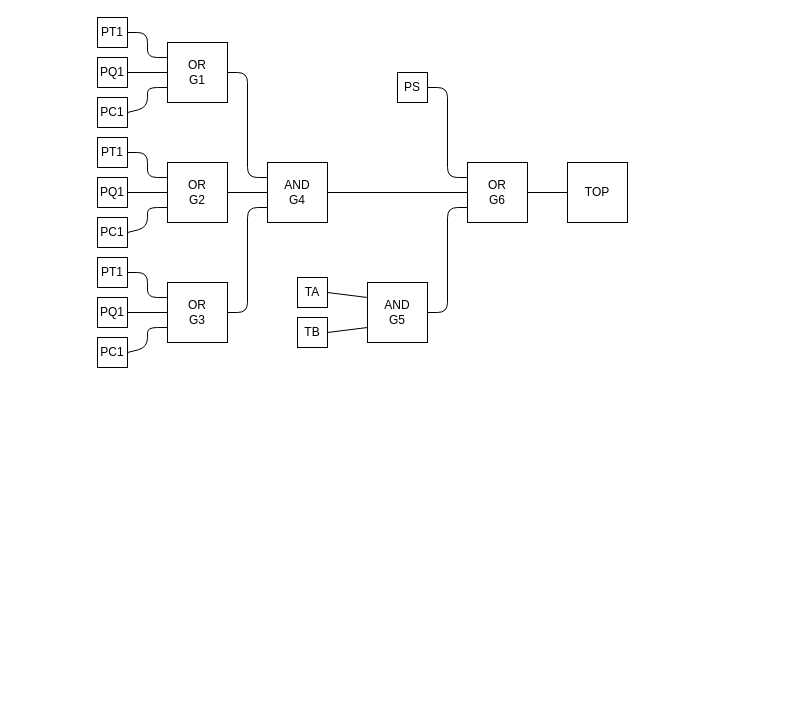
The draw.io diagram drawio/arbol.drawio in vacagonzalo/mse-isc-tp2, before the edit. Source tidied: cells renumbered, new cells numbered last; positions are measured from the earlier drawing's top-left corner, leaving out a move shared by most shapes. Both pictures are drawn from the tidied source at 100%, with x=0, y=0 at pixel (97, 17).
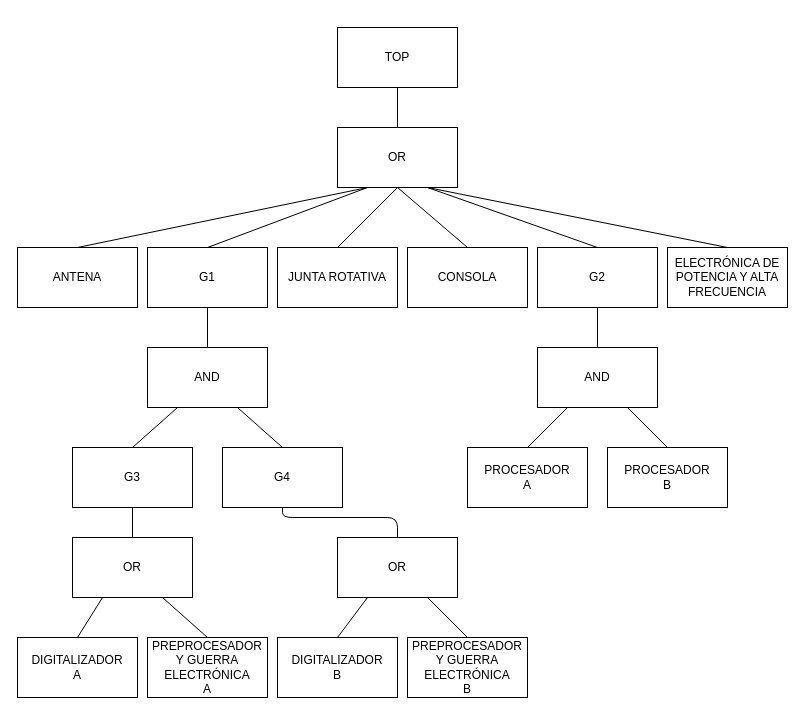
After the change.

What changed in the source:
```diff
@@
-    <mxCell id="2" style="edgeStyle=none;html=1;exitX=1;exitY=0.5;exitDx=0;exitDy=0;entryX=0;entryY=0.5;entryDx=0;entryDy=0;endArrow=none;endFill=0;" parent="1" edge="1" source="3" target="37">
-      <mxGeometry relative="1" as="geometry" />
-    </mxCell>
-    <mxCell id="3" value="AND&lt;br&gt;G4" style="rounded=0;whiteSpace=wrap;html=1;" parent="1" vertex="1">
-      <mxGeometry x="170" y="145" width="60" height="60" as="geometry" />
-    </mxCell>
-    <mxCell id="4" style="edgeStyle=none;html=1;exitX=1;exitY=0.5;exitDx=0;exitDy=0;entryX=0;entryY=0.25;entryDx=0;entryDy=0;endArrow=none;endFill=0;" parent="1" edge="1" source="5" target="3">
-      <mxGeometry relative="1" as="geometry">
-        <Array as="points">
-          <mxPoint x="150" y="55" />
-          <mxPoint x="150" y="160" />
-        </Array>
-      </mxGeometry>
-    </mxCell>
-    <mxCell id="5" value="OR&lt;br&gt;G1" style="rounded=0;whiteSpace=wrap;html=1;" parent="1" vertex="1">
-      <mxGeometry x="70" y="25" width="60" height="60" as="geometry" />
-    </mxCell>
-    <mxCell id="6" style="edgeStyle=none;html=1;exitX=1;exitY=0.5;exitDx=0;exitDy=0;entryX=0;entryY=0.25;entryDx=0;entryDy=0;endArrow=none;endFill=0;" parent="1" edge="1" source="7" target="5">
-      <mxGeometry relative="1" as="geometry">
-        <Array as="points">
-          <mxPoint x="50" y="15" />
-          <mxPoint x="50" y="40" />
-        </Array>
-      </mxGeometry>
-    </mxCell>
-    <mxCell id="7" value="PT1" style="rounded=0;whiteSpace=wrap;html=1;" parent="1" vertex="1">
-      <mxGeometry width="30" height="30" as="geometry" />
-    </mxCell>
-    <mxCell id="8" style="edgeStyle=none;html=1;exitX=1;exitY=0.5;exitDx=0;exitDy=0;entryX=0;entryY=0.5;entryDx=0;entryDy=0;endArrow=none;endFill=0;" parent="1" edge="1" source="9" target="5">
-      <mxGeometry relative="1" as="geometry" />
-    </mxCell>
-    <mxCell id="9" value="PQ1" style="rounded=0;whiteSpace=wrap;html=1;" parent="1" vertex="1">
-      <mxGeometry y="40" width="30" height="30" as="geometry" />
-    </mxCell>
-    <mxCell id="10" style="edgeStyle=none;html=1;exitX=1;exitY=0.5;exitDx=0;exitDy=0;entryX=0;entryY=0.75;entryDx=0;entryDy=0;endArrow=none;endFill=0;" parent="1" edge="1" source="11" target="5">
-      <mxGeometry relative="1" as="geometry">
-        <Array as="points">
-          <mxPoint x="50" y="90" />
-          <mxPoint x="50" y="70" />
-        </Array>
-      </mxGeometry>
-    </mxCell>
-    <mxCell id="11" value="PC1" style="rounded=0;whiteSpace=wrap;html=1;" parent="1" vertex="1">
-      <mxGeometry y="80" width="30" height="30" as="geometry" />
-    </mxCell>
-    <mxCell id="12" style="edgeStyle=none;html=1;exitX=1;exitY=0.5;exitDx=0;exitDy=0;entryX=0;entryY=0.5;entryDx=0;entryDy=0;endArrow=none;endFill=0;" parent="1" edge="1" source="13" target="3">
-      <mxGeometry relative="1" as="geometry" />
-    </mxCell>
-    <mxCell id="13" value="OR&lt;br&gt;G2" style="rounded=0;whiteSpace=wrap;html=1;" parent="1" vertex="1">
-      <mxGeometry x="70" y="145" width="60" height="60" as="geometry" />
-    </mxCell>
-    <mxCell id="14" style="edgeStyle=none;html=1;exitX=1;exitY=0.5;exitDx=0;exitDy=0;entryX=0;entryY=0.25;entryDx=0;entryDy=0;endArrow=none;endFill=0;" parent="1" edge="1" source="15" target="13">
-      <mxGeometry relative="1" as="geometry">
-        <Array as="points">
-          <mxPoint x="50" y="135" />
-          <mxPoint x="50" y="160" />
-        </Array>
-      </mxGeometry>
-    </mxCell>
-    <mxCell id="15" value="PT1" style="rounded=0;whiteSpace=wrap;html=1;" parent="1" vertex="1">
-      <mxGeometry y="120" width="30" height="30" as="geometry" />
-    </mxCell>
-    <mxCell id="16" style="edgeStyle=none;html=1;exitX=1;exitY=0.5;exitDx=0;exitDy=0;entryX=0;entryY=0.5;entryDx=0;entryDy=0;endArrow=none;endFill=0;" parent="1" edge="1" source="17" target="13">
-      <mxGeometry relative="1" as="geometry" />
-    </mxCell>
-    <mxCell id="17" value="PQ1" style="rounded=0;whiteSpace=wrap;html=1;" parent="1" vertex="1">
-      <mxGeometry y="160" width="30" height="30" as="geometry" />
-    </mxCell>
-    <mxCell id="18" style="edgeStyle=none;html=1;exitX=1;exitY=0.5;exitDx=0;exitDy=0;entryX=0;entryY=0.75;entryDx=0;entryDy=0;endArrow=none;endFill=0;" parent="1" edge="1" source="19" target="13">
-      <mxGeometry relative="1" as="geometry">
-        <Array as="points">
-          <mxPoint x="50" y="210" />
-          <mxPoint x="50" y="190" />
-        </Array>
-      </mxGeometry>
-    </mxCell>
-    <mxCell id="19" value="PC1" style="rounded=0;whiteSpace=wrap;html=1;" parent="1" vertex="1">
-      <mxGeometry y="200" width="30" height="30" as="geometry" />
-    </mxCell>
-    <mxCell id="20" style="edgeStyle=none;html=1;exitX=1;exitY=0.5;exitDx=0;exitDy=0;entryX=0;entryY=0.75;entryDx=0;entryDy=0;endArrow=none;endFill=0;" parent="1" edge="1" source="21" target="3">
-      <mxGeometry relative="1" as="geometry">
-        <Array as="points">
-          <mxPoint x="150" y="295" />
-          <mxPoint x="150" y="190" />
-        </Array>
-      </mxGeometry>
-    </mxCell>
-    <mxCell id="21" value="OR&lt;br&gt;G3" style="rounded=0;whiteSpace=wrap;html=1;" parent="1" vertex="1">
-      <mxGeometry x="70" y="265" width="60" height="60" as="geometry" />
-    </mxCell>
-    <mxCell id="22" style="edgeStyle=none;html=1;exitX=1;exitY=0.5;exitDx=0;exitDy=0;entryX=0;entryY=0.25;entryDx=0;entryDy=0;endArrow=none;endFill=0;" parent="1" edge="1" source="23" target="21">
-      <mxGeometry relative="1" as="geometry">
-        <Array as="points">
-          <mxPoint x="50" y="255" />
-          <mxPoint x="50" y="280" />
-        </Array>
-      </mxGeometry>
-    </mxCell>
-    <mxCell id="23" value="PT1" style="rounded=0;whiteSpace=wrap;html=1;" parent="1" vertex="1">
-      <mxGeometry y="240" width="30" height="30" as="geometry" />
-    </mxCell>
-    <mxCell id="24" style="edgeStyle=none;html=1;exitX=1;exitY=0.5;exitDx=0;exitDy=0;entryX=0;entryY=0.5;entryDx=0;entryDy=0;endArrow=none;endFill=0;" parent="1" edge="1" source="25" target="21">
-      <mxGeometry relative="1" as="geometry" />
-    </mxCell>
-    <mxCell id="25" value="PQ1" style="rounded=0;whiteSpace=wrap;html=1;" parent="1" vertex="1">
-      <mxGeometry y="280" width="30" height="30" as="geometry" />
-    </mxCell>
-    <mxCell id="26" style="edgeStyle=none;html=1;exitX=1;exitY=0.5;exitDx=0;exitDy=0;entryX=0;entryY=0.75;entryDx=0;entryDy=0;endArrow=none;endFill=0;" parent="1" edge="1" source="27" target="21">
-      <mxGeometry relative="1" as="geometry">
-        <Array as="points">
-          <mxPoint x="50" y="330" />
-          <mxPoint x="50" y="310" />
-        </Array>
-      </mxGeometry>
-    </mxCell>
-    <mxCell id="27" value="PC1" style="rounded=0;whiteSpace=wrap;html=1;" parent="1" vertex="1">
-      <mxGeometry y="320" width="30" height="30" as="geometry" />
-    </mxCell>
-    <mxCell id="28" style="edgeStyle=none;html=1;exitX=1;exitY=0.5;exitDx=0;exitDy=0;entryX=0;entryY=0.25;entryDx=0;entryDy=0;endArrow=none;endFill=0;" parent="1" edge="1" source="29" target="37">
-      <mxGeometry relative="1" as="geometry">
-        <Array as="points">
-          <mxPoint x="350" y="70" />
-          <mxPoint x="350" y="160" />
-        </Array>
-      </mxGeometry>
-    </mxCell>
-    <mxCell id="29" value="PS" style="rounded=0;whiteSpace=wrap;html=1;" parent="1" vertex="1">
-      <mxGeometry x="300" y="55" width="30" height="30" as="geometry" />
-    </mxCell>
-    <mxCell id="30" style="edgeStyle=none;html=1;exitX=1;exitY=0.5;exitDx=0;exitDy=0;entryX=0;entryY=0.75;entryDx=0;entryDy=0;endArrow=none;endFill=0;" parent="1" edge="1" source="31" target="37">
-      <mxGeometry relative="1" as="geometry">
-        <Array as="points">
-          <mxPoint x="350" y="295" />
-          <mxPoint x="350" y="190" />
-        </Array>
-      </mxGeometry>
-    </mxCell>
-    <mxCell id="31" value="AND&lt;br&gt;G5" style="rounded=0;whiteSpace=wrap;html=1;" parent="1" vertex="1">
-      <mxGeometry x="270" y="265" width="60" height="60" as="geometry" />
-    </mxCell>
-    <mxCell id="32" style="edgeStyle=none;html=1;exitX=1;exitY=0.5;exitDx=0;exitDy=0;entryX=0;entryY=0.75;entryDx=0;entryDy=0;endArrow=none;endFill=0;" parent="1" edge="1" source="33" target="31">
-      <mxGeometry relative="1" as="geometry" />
-    </mxCell>
-    <mxCell id="33" value="TB" style="rounded=0;whiteSpace=wrap;html=1;" parent="1" vertex="1">
-      <mxGeometry x="200" y="300" width="30" height="30" as="geometry" />
-    </mxCell>
-    <mxCell id="34" style="edgeStyle=none;html=1;exitX=1;exitY=0.5;exitDx=0;exitDy=0;entryX=0;entryY=0.25;entryDx=0;entryDy=0;endArrow=none;endFill=0;" parent="1" edge="1" source="35" target="31">
-      <mxGeometry relative="1" as="geometry" />
-    </mxCell>
-    <mxCell id="35" value="TA" style="rounded=0;whiteSpace=wrap;html=1;" parent="1" vertex="1">
-      <mxGeometry x="200" y="260" width="30" height="30" as="geometry" />
-    </mxCell>
-    <mxCell id="36" style="edgeStyle=none;html=1;exitX=1;exitY=0.5;exitDx=0;exitDy=0;endArrow=none;endFill=0;" parent="1" edge="1" source="37" target="38">
-      <mxGeometry relative="1" as="geometry" />
+    <mxCell id="36" value="TOP" style="rounded=0;whiteSpace=wrap;html=1;" parent="1" vertex="1">
+      <mxGeometry x="240" y="10" width="120" height="60" as="geometry" />
     </mxCell>
-    <mxCell id="37" value="OR&lt;br&gt;G6" style="rounded=0;whiteSpace=wrap;html=1;" parent="1" vertex="1">
-      <mxGeometry x="370" y="145" width="60" height="60" as="geometry" />
-    </mxCell>
-    <mxCell id="38" value="TOP" style="rounded=0;whiteSpace=wrap;html=1;" parent="1" vertex="1">
-      <mxGeometry x="470" y="145" width="60" height="60" as="geometry" />
-    </mxCell>
+    <mxCell id="39" style="edgeStyle=none;html=1;exitX=0.5;exitY=0;exitDx=0;exitDy=0;entryX=0.5;entryY=1;entryDx=0;entryDy=0;endArrow=none;endFill=0;" parent="1" edge="1" source="40" target="36">
+      <mxGeometry relative="1" as="geometry" />
+    </mxCell>
+    <mxCell id="40" value="OR" style="rounded=0;whiteSpace=wrap;html=1;" parent="1" vertex="1">
+      <mxGeometry x="240" y="110" width="120" height="60" as="geometry" />
+    </mxCell>
+    <mxCell id="41" style="edgeStyle=none;html=1;exitX=0.5;exitY=0;exitDx=0;exitDy=0;entryX=0.25;entryY=1;entryDx=0;entryDy=0;endArrow=none;endFill=0;" parent="1" edge="1" source="42" target="40">
+      <mxGeometry relative="1" as="geometry" />
+    </mxCell>
+    <mxCell id="42" value="ANTENA" style="rounded=0;whiteSpace=wrap;html=1;" parent="1" vertex="1">
+      <mxGeometry x="-80" y="230" width="120" height="60" as="geometry" />
+    </mxCell>
+    <mxCell id="43" style="edgeStyle=none;html=1;exitX=0.5;exitY=0;exitDx=0;exitDy=0;endArrow=none;endFill=0;entryX=0.25;entryY=1;entryDx=0;entryDy=0;" parent="1" edge="1" source="44" target="40">
+      <mxGeometry relative="1" as="geometry" />
+    </mxCell>
+    <mxCell id="44" value="G1" style="rounded=0;whiteSpace=wrap;html=1;" parent="1" vertex="1">
+      <mxGeometry x="50" y="230" width="120" height="60" as="geometry" />
+    </mxCell>
+    <mxCell id="45" style="edgeStyle=none;html=1;exitX=0.5;exitY=0;exitDx=0;exitDy=0;entryX=0.5;entryY=1;entryDx=0;entryDy=0;endArrow=none;endFill=0;" parent="1" edge="1" source="46" target="40">
+      <mxGeometry relative="1" as="geometry" />
+    </mxCell>
+    <mxCell id="46" value="JUNTA ROTATIVA" style="rounded=0;whiteSpace=wrap;html=1;" parent="1" vertex="1">
+      <mxGeometry x="180" y="230" width="120" height="60" as="geometry" />
+    </mxCell>
+    <mxCell id="47" style="edgeStyle=none;html=1;exitX=0.5;exitY=0;exitDx=0;exitDy=0;entryX=0.5;entryY=1;entryDx=0;entryDy=0;endArrow=none;endFill=0;" parent="1" edge="1" source="48" target="40">
+      <mxGeometry relative="1" as="geometry" />
+    </mxCell>
+    <mxCell id="48" value="CONSOLA" style="rounded=0;whiteSpace=wrap;html=1;" parent="1" vertex="1">
+      <mxGeometry x="310" y="230" width="120" height="60" as="geometry" />
+    </mxCell>
+    <mxCell id="49" style="edgeStyle=none;html=1;exitX=0.5;exitY=0;exitDx=0;exitDy=0;entryX=0.75;entryY=1;entryDx=0;entryDy=0;endArrow=none;endFill=0;" parent="1" edge="1" source="50" target="40">
+      <mxGeometry relative="1" as="geometry" />
+    </mxCell>
+    <mxCell id="50" value="G2" style="rounded=0;whiteSpace=wrap;html=1;" parent="1" vertex="1">
+      <mxGeometry x="440" y="230" width="120" height="60" as="geometry" />
+    </mxCell>
+    <mxCell id="51" style="edgeStyle=none;html=1;exitX=0.5;exitY=0;exitDx=0;exitDy=0;entryX=0.5;entryY=1;entryDx=0;entryDy=0;endArrow=none;endFill=0;" parent="1" edge="1" source="52" target="50">
+      <mxGeometry relative="1" as="geometry" />
+    </mxCell>
+    <mxCell id="52" value="AND" style="rounded=0;whiteSpace=wrap;html=1;" parent="1" vertex="1">
+      <mxGeometry x="440" y="330" width="120" height="60" as="geometry" />
+    </mxCell>
+    <mxCell id="53" style="edgeStyle=none;html=1;exitX=0.5;exitY=0;exitDx=0;exitDy=0;entryX=0.25;entryY=1;entryDx=0;entryDy=0;endArrow=none;endFill=0;" parent="1" edge="1" source="54" target="52">
+      <mxGeometry relative="1" as="geometry" />
+    </mxCell>
+    <mxCell id="54" value="PROCESADOR&lt;br&gt;A" style="rounded=0;whiteSpace=wrap;html=1;" parent="1" vertex="1">
+      <mxGeometry x="370" y="430" width="120" height="60" as="geometry" />
+    </mxCell>
+    <mxCell id="55" style="edgeStyle=none;html=1;exitX=0.5;exitY=0;exitDx=0;exitDy=0;entryX=0.75;entryY=1;entryDx=0;entryDy=0;endArrow=none;endFill=0;" parent="1" edge="1" source="56" target="52">
+      <mxGeometry relative="1" as="geometry" />
+    </mxCell>
+    <mxCell id="56" value="PROCESADOR&lt;br&gt;B" style="rounded=0;whiteSpace=wrap;html=1;" parent="1" vertex="1">
+      <mxGeometry x="510" y="430" width="120" height="60" as="geometry" />
+    </mxCell>
+    <mxCell id="57" style="edgeStyle=none;html=1;exitX=0.5;exitY=0;exitDx=0;exitDy=0;entryX=0.25;entryY=1;entryDx=0;entryDy=0;endArrow=none;endFill=0;" parent="1" edge="1" source="58" target="66">
+      <mxGeometry relative="1" as="geometry" />
+    </mxCell>
+    <mxCell id="58" value="G3" style="rounded=0;whiteSpace=wrap;html=1;" parent="1" vertex="1">
+      <mxGeometry x="-25" y="430" width="120" height="60" as="geometry" />
+    </mxCell>
+    <mxCell id="59" style="edgeStyle=none;html=1;exitX=0.5;exitY=0;exitDx=0;exitDy=0;entryX=0.75;entryY=1;entryDx=0;entryDy=0;endArrow=none;endFill=0;" parent="1" edge="1" source="60" target="66">
+      <mxGeometry relative="1" as="geometry" />
+    </mxCell>
+    <mxCell id="60" value="G4" style="rounded=0;whiteSpace=wrap;html=1;" parent="1" vertex="1">
+      <mxGeometry x="125" y="430" width="120" height="60" as="geometry" />
+    </mxCell>
+    <mxCell id="61" style="edgeStyle=none;html=1;exitX=0.5;exitY=0;exitDx=0;exitDy=0;entryX=0.5;entryY=1;entryDx=0;entryDy=0;endArrow=none;endFill=0;" parent="1" edge="1" source="62" target="58">
+      <mxGeometry relative="1" as="geometry" />
+    </mxCell>
+    <mxCell id="62" value="OR" style="rounded=0;whiteSpace=wrap;html=1;" parent="1" vertex="1">
+      <mxGeometry x="-25" y="520" width="120" height="60" as="geometry" />
+    </mxCell>
+    <mxCell id="63" style="edgeStyle=none;html=1;exitX=0.5;exitY=0;exitDx=0;exitDy=0;endArrow=none;endFill=0;" parent="1" edge="1" source="64" target="60">
+      <mxGeometry relative="1" as="geometry">
+        <Array as="points">
+          <mxPoint x="300" y="500" />
+          <mxPoint x="185" y="500" />
+        </Array>
+      </mxGeometry>
+    </mxCell>
+    <mxCell id="64" value="OR" style="rounded=0;whiteSpace=wrap;html=1;" parent="1" vertex="1">
+      <mxGeometry x="240" y="520" width="120" height="60" as="geometry" />
+    </mxCell>
+    <mxCell id="65" style="edgeStyle=none;html=1;exitX=0.5;exitY=0;exitDx=0;exitDy=0;entryX=0.5;entryY=1;entryDx=0;entryDy=0;endArrow=none;endFill=0;" parent="1" edge="1" source="66" target="44">
+      <mxGeometry relative="1" as="geometry" />
+    </mxCell>
+    <mxCell id="66" value="AND" style="rounded=0;whiteSpace=wrap;html=1;" parent="1" vertex="1">
+      <mxGeometry x="50" y="330" width="120" height="60" as="geometry" />
+    </mxCell>
+    <mxCell id="67" style="edgeStyle=none;html=1;exitX=0.5;exitY=0;exitDx=0;exitDy=0;entryX=0.25;entryY=1;entryDx=0;entryDy=0;endArrow=none;endFill=0;" parent="1" edge="1" source="68" target="62">
+      <mxGeometry relative="1" as="geometry" />
+    </mxCell>
+    <mxCell id="68" value="DIGITALIZADOR&lt;br&gt;A" style="rounded=0;whiteSpace=wrap;html=1;" parent="1" vertex="1">
+      <mxGeometry x="-80" y="620" width="120" height="60" as="geometry" />
+    </mxCell>
+    <mxCell id="69" style="edgeStyle=none;html=1;exitX=0.5;exitY=0;exitDx=0;exitDy=0;entryX=0.75;entryY=1;entryDx=0;entryDy=0;endArrow=none;endFill=0;" parent="1" edge="1" source="70" target="62">
+      <mxGeometry relative="1" as="geometry" />
+    </mxCell>
+    <mxCell id="70" value="PREPROCESADOR Y GUERRA ELECTRÓNICA&lt;br&gt;A" style="rounded=0;whiteSpace=wrap;html=1;" parent="1" vertex="1">
+      <mxGeometry x="50" y="620" width="120" height="60" as="geometry" />
+    </mxCell>
+    <mxCell id="71" style="edgeStyle=none;html=1;exitX=0.5;exitY=0;exitDx=0;exitDy=0;entryX=0.25;entryY=1;entryDx=0;entryDy=0;endArrow=none;endFill=0;" parent="1" edge="1" source="72" target="64">
+      <mxGeometry relative="1" as="geometry" />
+    </mxCell>
+    <mxCell id="72" value="DIGITALIZADOR&lt;br&gt;B" style="rounded=0;whiteSpace=wrap;html=1;" parent="1" vertex="1">
+      <mxGeometry x="180" y="620" width="120" height="60" as="geometry" />
+    </mxCell>
+    <mxCell id="73" style="edgeStyle=none;html=1;exitX=0.5;exitY=0;exitDx=0;exitDy=0;entryX=0.75;entryY=1;entryDx=0;entryDy=0;endArrow=none;endFill=0;" parent="1" edge="1" source="74" target="64">
+      <mxGeometry relative="1" as="geometry" />
+    </mxCell>
+    <mxCell id="74" value="PREPROCESADOR Y GUERRA ELECTRÓNICA&lt;br&gt;B" style="rounded=0;whiteSpace=wrap;html=1;" parent="1" vertex="1">
+      <mxGeometry x="310" y="620" width="120" height="60" as="geometry" />
+    </mxCell>
+    <mxCell id="75" style="edgeStyle=none;html=1;exitX=0.5;exitY=0;exitDx=0;exitDy=0;entryX=0.75;entryY=1;entryDx=0;entryDy=0;endArrow=none;endFill=0;" parent="1" edge="1" source="76" target="40">
+      <mxGeometry relative="1" as="geometry" />
+    </mxCell>
+    <mxCell id="76" value="ELECTRÓNICA DE POTENCIA Y ALTA FRECUENCIA" style="rounded=0;whiteSpace=wrap;html=1;" parent="1" vertex="1">
+      <mxGeometry x="570" y="230" width="120" height="60" as="geometry" />
+    </mxCell>
```
